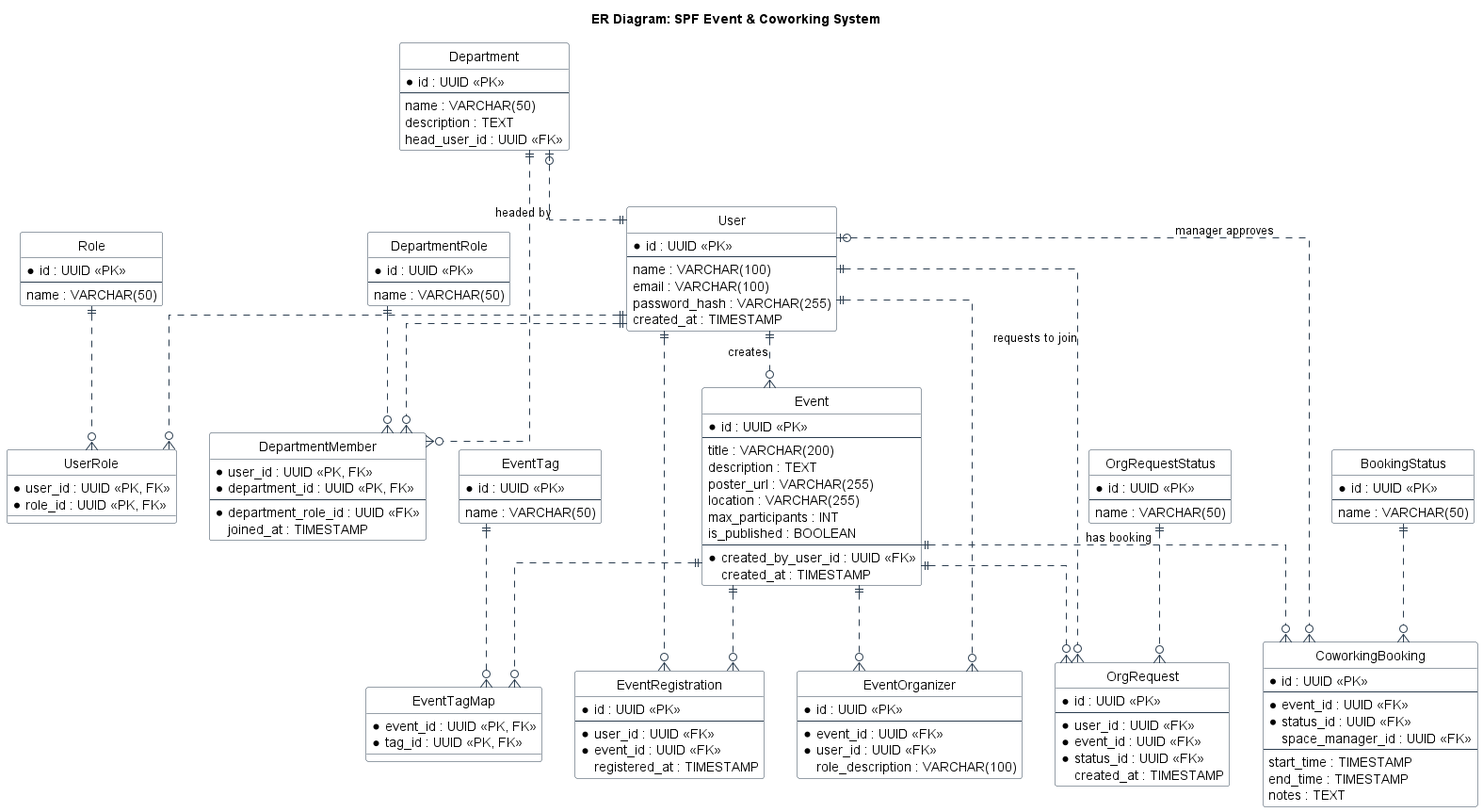
The PlantUML diagram docs/erd.png in Pichus/isttp_lab1, before a commit.
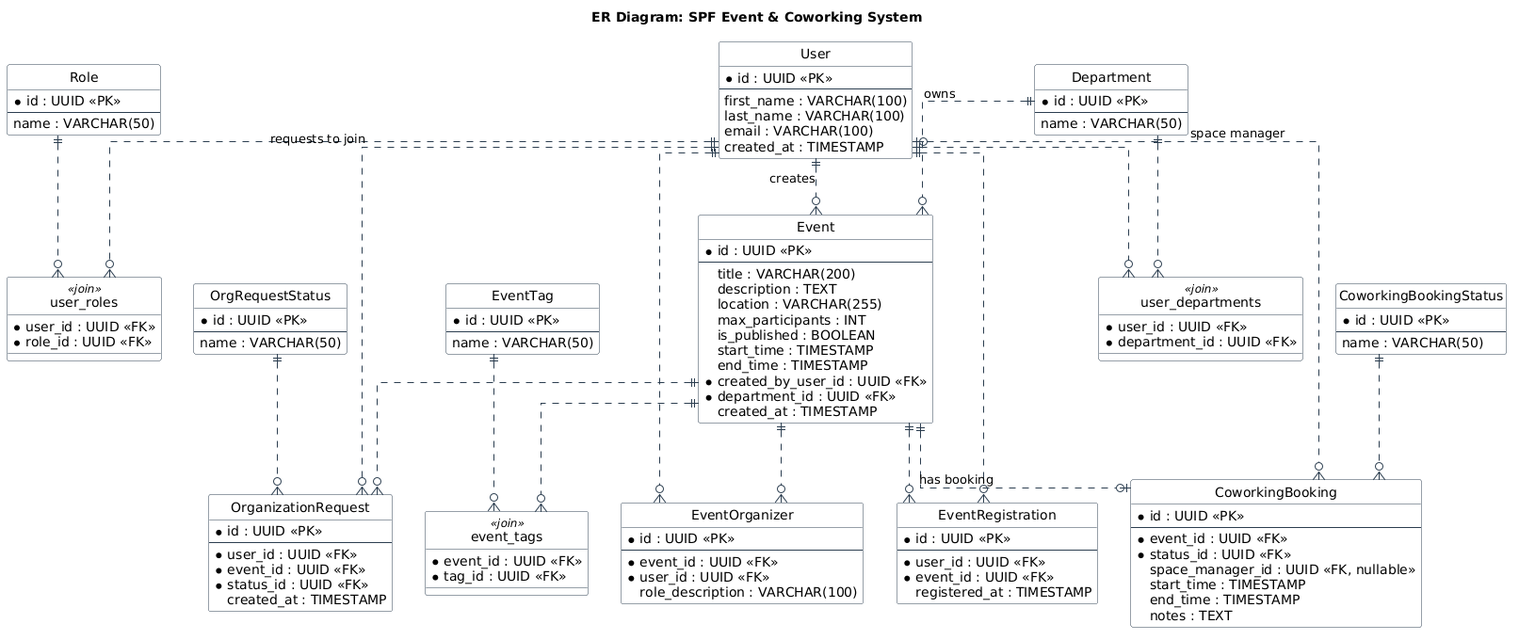
Above is the later version.

Change to the diagram source:
```diff
@@ -1,4 +1,4 @@
-@startuml Student_Parliament_ERD
+@startuml
 title ER Diagram: SPF Event & Coworking System
 hide circle
 skinparam linetype ortho
@@ -9,13 +9,12 @@
     BorderColor #2C3E50
 }
 
-
 entity "User" as user {
   *id : UUID <<PK>>
   --
-  name : VARCHAR(100)
+  first_name : VARCHAR(100)
+  last_name : VARCHAR(100)
   email : VARCHAR(100)
-  password_hash : VARCHAR(255)
   created_at : TIMESTAMP
 }
 
@@ -25,46 +24,34 @@
   name : VARCHAR(50)
 }
 
-entity "UserRole" as user_role {
-  *user_id : UUID <<PK, FK>>
-  *role_id : UUID <<PK, FK>>
+entity "user_roles" as user_role <<join>> {
+  *user_id : UUID <<FK>>
+  *role_id : UUID <<FK>>
 }
-
 
 entity "Department" as department {
   *id : UUID <<PK>>
   --
   name : VARCHAR(50)
-  description : TEXT
-  head_user_id : UUID <<FK>>
 }
 
-entity "DepartmentRole" as dept_role {
-  *id : UUID <<PK>>
-  --
-  name : VARCHAR(50)
+entity "user_departments" as user_dept <<join>> {
+  *user_id : UUID <<FK>>
+  *department_id : UUID <<FK>>
 }
-
-entity "DepartmentMember" as dept_member {
-  *user_id : UUID <<PK, FK>>
-  *department_id : UUID <<PK, FK>>
-  --
-  *department_role_id : UUID <<FK>>
-  joined_at : TIMESTAMP
-}
-
 
 entity "Event" as event {
   *id : UUID <<PK>>
   --
   title : VARCHAR(200)
   description : TEXT
-  poster_url : VARCHAR(255)
   location : VARCHAR(255)
   max_participants : INT
   is_published : BOOLEAN
-  --
+  start_time : TIMESTAMP
+  end_time : TIMESTAMP
   *created_by_user_id : UUID <<FK>>
+  *department_id : UUID <<FK>>
   created_at : TIMESTAMP
 }
 
@@ -74,9 +61,9 @@
   name : VARCHAR(50)
 }
 
-entity "EventTagMap" as event_tag_map {
-  *event_id : UUID <<PK, FK>>
-  *tag_id : UUID <<PK, FK>>
+entity "event_tags" as event_tag_map <<join>> {
+  *event_id : UUID <<FK>>
+  *tag_id : UUID <<FK>>
 }
 
 entity "EventRegistration" as registration {
@@ -86,7 +73,6 @@
   *event_id : UUID <<FK>>
   registered_at : TIMESTAMP
 }
-
 
 entity "EventOrganizer" as organizer {
   *id : UUID <<PK>>
@@ -102,7 +88,7 @@
   name : VARCHAR(50)
 }
 
-entity "OrgRequest" as org_request {
+entity "OrganizationRequest" as org_request {
   *id : UUID <<PK>>
   --
   *user_id : UUID <<FK>>
@@ -111,8 +97,7 @@
   created_at : TIMESTAMP
 }
 
-
-entity "BookingStatus" as booking_status {
+entity "CoworkingBookingStatus" as booking_status {
   *id : UUID <<PK>>
   --
   name : VARCHAR(50)
@@ -123,8 +108,7 @@
   --
   *event_id : UUID <<FK>>
   *status_id : UUID <<FK>>
-  space_manager_id : UUID <<FK>>
-  --
+  space_manager_id : UUID <<FK, nullable>>
   start_time : TIMESTAMP
   end_time : TIMESTAMP
   notes : TEXT
@@ -134,12 +118,12 @@
 user ||..o{ user_role
 role ||..o{ user_role
 
-user ||..o{ dept_member
-department ||..o{ dept_member
-dept_role ||..o{ dept_member
-department |o..|| user : "headed by"
+user ||..o{ user_dept
+department ||..o{ user_dept
 
 user ||..o{ event : "creates"
+department ||..o{ event : "owns"
+
 event ||..o{ event_tag_map
 tag ||..o{ event_tag_map
 
@@ -153,8 +137,7 @@
 event ||..o{ org_request
 org_status ||..o{ org_request
 
-event ||..o{ booking : "has booking"
+event ||..o| booking : "has booking"
 booking_status ||..o{ booking
-user |o..o{ booking : "manager approves"
-
+user |o..o{ booking : "space manager"
 @enduml
```
